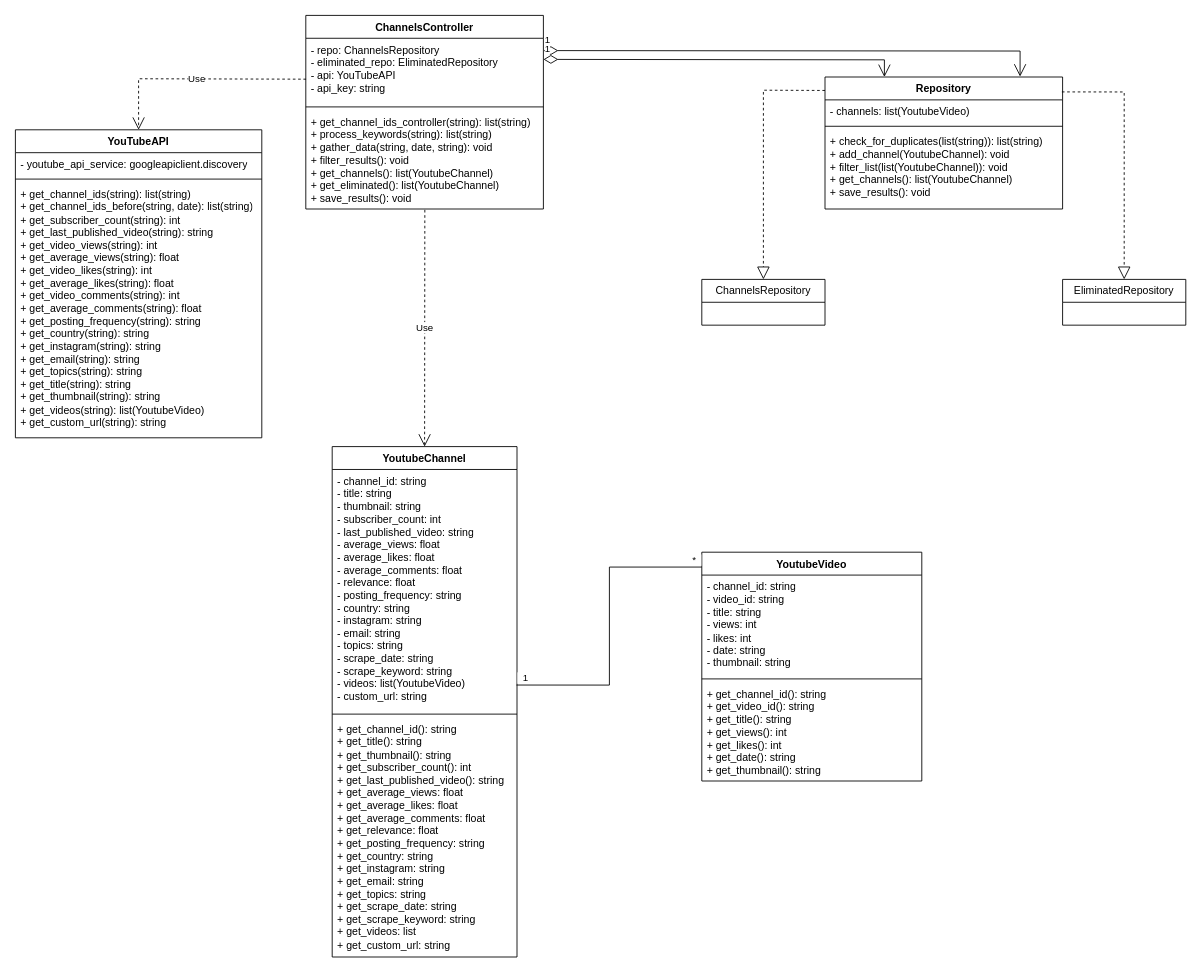
Earlier version of the draw.io diagram Data/Class Diagram.drawio (916-Silasi-Marius/Youtube-Scraping). Source tidied: cells renumbered, new cells numbered last; positions are measured from the earlier drawing's top-left corner, leaving out a move shared by most shapes. Both pictures are drawn from the tidied source at 88%, with x=0, y=0 at pixel (15, 15).
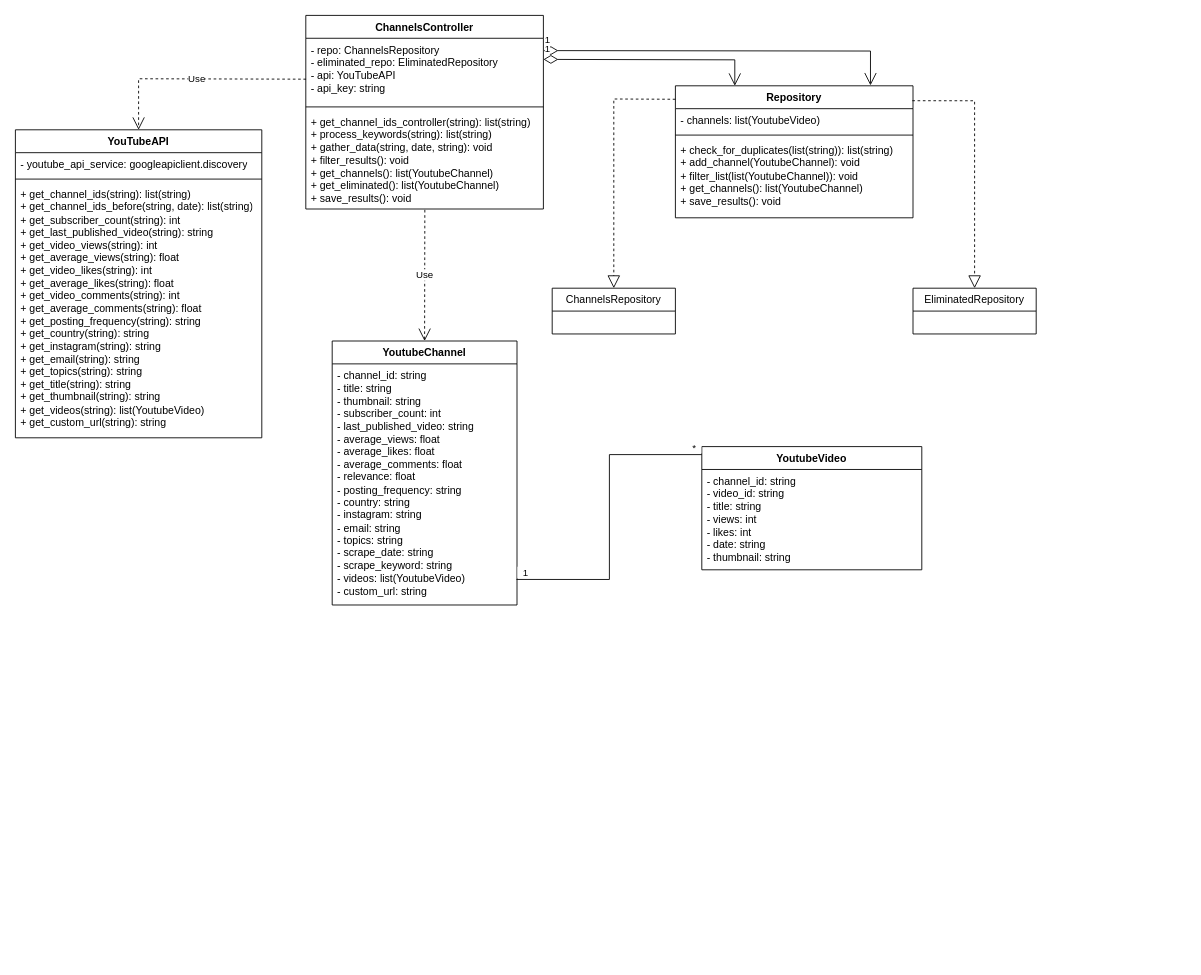
After the change.

Diff of the diagram source:
```diff
@@
     <mxCell id="2" value="YoutubeChannel" style="swimlane;fontStyle=1;align=center;verticalAlign=top;horizontal=1;startSize=26;whiteSpace=wrap;html=1;" parent="1" vertex="1">
-      <mxGeometry x="360" y="490" width="210" height="580" as="geometry" />
+      <mxGeometry x="360" y="370" width="210" height="300" as="geometry" />
     </mxCell>
@@
-    <mxCell id="4" style="line;strokeWidth=1;fillColor=none;align=left;verticalAlign=middle;spacingTop=-1;spacingLeft=3;spacingRight=3;labelPosition=right;strokeColor=inherit;" parent="2" vertex="1">
-      <mxGeometry y="300" width="210" height="8" as="geometry" />
-    </mxCell>
-    <mxCell id="5" value="+&amp;nbsp;get_channel_id&lt;span style=&quot;background-color: initial;&quot;&gt;(): string&lt;br&gt;&lt;/span&gt;+&amp;nbsp;get_title(): string&lt;br&gt;+&amp;nbsp;get_thumbnail(): string&lt;br&gt;+&amp;nbsp;get_subscriber_count(): int&lt;br&gt;+&amp;nbsp;get_last_published_video(): string&lt;br&gt;+ get_average_views: float&lt;br&gt;+ get_average_likes: float&lt;br&gt;+ get_average_comments: float&lt;br&gt;+ get_relevance: float&lt;br&gt;+ get_posting_frequency: string&lt;br&gt;+ get_country: string&lt;br&gt;+ get_instagram: string&lt;br&gt;+ get_email: string&lt;br&gt;+ get_topics: string&lt;br&gt;+ get_scrape_date: string&lt;br&gt;+ get_scrape_keyword: string&lt;br&gt;+ get_videos: list&lt;br&gt;+ get_custom_url: string&lt;span style=&quot;background-color: initial;&quot;&gt;&amp;nbsp;&lt;/span&gt;" style="text;strokeColor=none;fillColor=none;align=left;verticalAlign=top;spacingLeft=4;spacingRight=4;overflow=hidden;whiteSpace=wrap;html=1;" parent="2" vertex="1">
-      <mxGeometry y="308" width="210" height="272" as="geometry" />
-    </mxCell>
     <mxCell id="6" value="YoutubeVideo&lt;br&gt;" style="swimlane;fontStyle=1;align=center;verticalAlign=top;horizontal=1;startSize=26;whiteSpace=wrap;html=1;" parent="1" vertex="1">
-      <mxGeometry x="780" y="610" width="250" height="260" as="geometry" />
+      <mxGeometry x="780" y="490" width="250" height="140" as="geometry" />
     </mxCell>
@@
     <mxCell id="8" style="line;strokeWidth=1;fillColor=none;align=left;verticalAlign=middle;spacingTop=-1;spacingLeft=3;spacingRight=3;labelPosition=right;strokeColor=inherit;" parent="6" vertex="1">
-      <mxGeometry y="140" width="250" height="8" as="geometry" />
+      <mxGeometry y="140" width="250" as="geometry" />
     </mxCell>
-    <mxCell id="9" value="+&amp;nbsp;get_channel_id(): string&lt;br&gt;+&amp;nbsp;get_video_id(): string&lt;br&gt;+&amp;nbsp;get_title(): string&lt;br&gt;+&amp;nbsp;get_views(): int&lt;br&gt;+&amp;nbsp;get_likes(): int&lt;br&gt;+&amp;nbsp;get_date(): string&lt;br&gt;+&amp;nbsp;get_thumbnail(): string" style="text;strokeColor=none;fillColor=none;align=left;verticalAlign=top;spacingLeft=4;spacingRight=4;overflow=hidden;whiteSpace=wrap;html=1;" parent="6" vertex="1">
-      <mxGeometry y="148" width="250" height="112" as="geometry" />
-    </mxCell>
@@
     <mxCell id="21" value="Repository&lt;br&gt;" style="swimlane;fontStyle=1;align=center;verticalAlign=top;horizontal=1;startSize=26;whiteSpace=wrap;html=1;" parent="1" vertex="1">
-      <mxGeometry x="920" y="70" width="270" height="150" as="geometry" />
+      <mxGeometry x="750" y="80" width="270" height="150" as="geometry" />
     </mxCell>
@@
     <mxCell id="25" value="ChannelsRepository" style="swimlane;fontStyle=0;horizontal=1;startSize=26;fillColor=none;whiteSpace=wrap;html=1;" parent="1" vertex="1">
-      <mxGeometry x="780" y="300" width="140" height="52" as="geometry" />
+      <mxGeometry x="610" y="310" width="140" height="52" as="geometry" />
     </mxCell>
     <mxCell id="26" value="EliminatedRepository" style="swimlane;fontStyle=0;horizontal=1;startSize=26;fillColor=none;whiteSpace=wrap;html=1;" parent="1" vertex="1">
-      <mxGeometry x="1190" y="300" width="140" height="52" as="geometry" />
+      <mxGeometry x="1020" y="310" width="140" height="52" as="geometry" />
     </mxCell>
     <mxCell id="27" style="endArrow=block;dashed=1;endFill=0;endSize=12;html=1;rounded=0;entryX=0.5;entryY=0;entryDx=0;entryDy=0;exitX=0.997;exitY=0.113;exitDx=0;exitDy=0;exitPerimeter=0;" parent="1" edge="1" source="21" target="26">
       <mxGeometry relative="1" as="geometry">
         <Array as="points">
-          <mxPoint x="1260" y="87" />
+          <mxPoint x="1090" y="97" />
         </Array>
       </mxGeometry>
     </mxCell>
     <mxCell id="28" style="endArrow=block;dashed=1;endFill=0;endSize=12;html=1;rounded=0;entryX=0.5;entryY=0;entryDx=0;entryDy=0;exitX=0;exitY=0.102;exitDx=0;exitDy=0;exitPerimeter=0;" parent="1" edge="1" source="21" target="25">
       <mxGeometry relative="1" as="geometry">
         <Array as="points">
-          <mxPoint x="850" y="85" />
+          <mxPoint x="680" y="95" />
         </Array>
       </mxGeometry>
     </mxCell>
```
